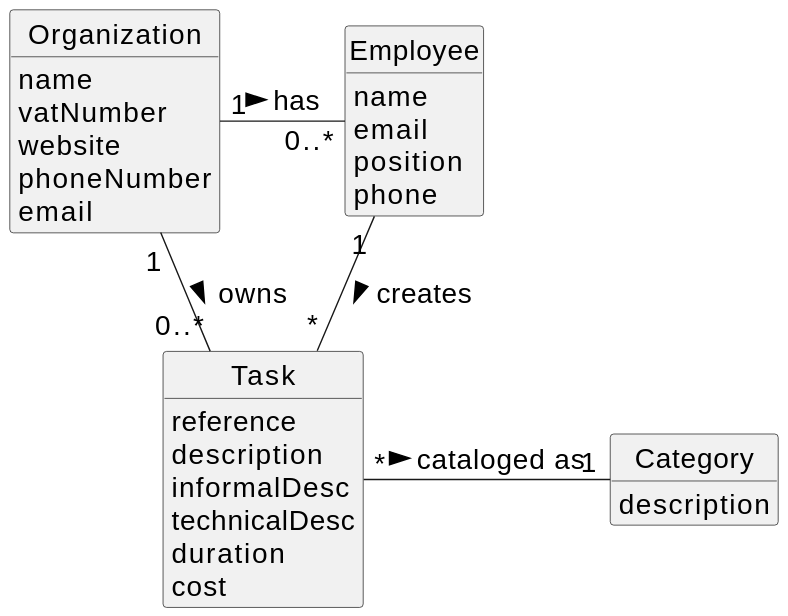
Earlier version of the PlantUML export docs/sprintA&B&C/us027/02.analysis/svg/us027-domain-model.svg (daniel41silva05/ISEP_2023_2024_LAPR2).
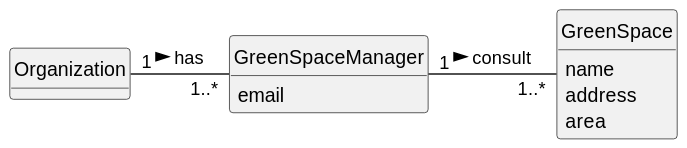
After the commit.

Commit message:
US027 - domain model

Change to the diagram source:
```diff
@@ -1,5 +1,4 @@
 @startuml
-skinparamlocked defaultFontSize 20
 skinparam monochrome true
 skinparam packageStyle rectangle
 skinparam shadowing false
@@ -10,39 +9,19 @@
 hide circle
 hide methods
 
+class Organization {
+}
 
-
-class Organization {
-    name
-    vatNumber
-    website
-    phoneNumber
+class GreenSpaceManager {
     email
 }
 
-class Task {
-    reference
-    description
-    informalDesc
-    technicalDesc
-    duration
-    cost
+class GreenSpace {
+    name
+    address
+    area
 }
 
-class Category {
-    description
-}
-
-class Employee {
-    name
-    email
-    position
-    phone
-}
-
-
-Organization "1" - "0..*" Employee : has >
-Organization "1" - "0..*" Task: owns >
-Employee "1" -- "*" Task : creates >
-Task "*" - "1" Category: cataloged as >
+Organization "1" - "1..*" GreenSpaceManager : has >
+GreenSpaceManager "1" - "1..*" GreenSpace: consult >
 @enduml
```
